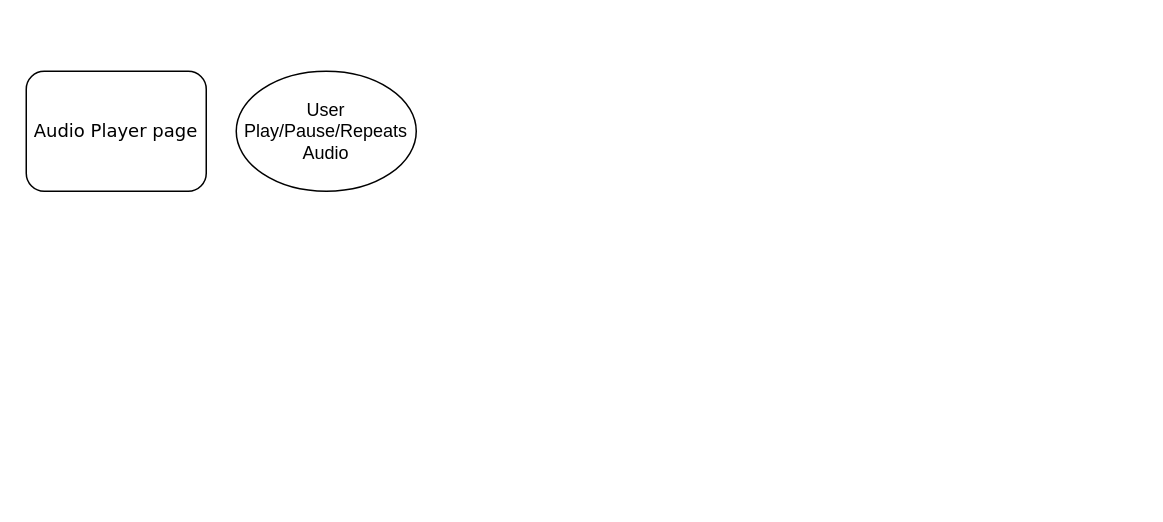
This is page "Audio Player" (6 of 9) of User flow.drawio from theshaydays/whistle, a draw.io file, before an edit. Source tidied: cells renumbered, new cells numbered last; positions are measured from the earlier drawing's top-left corner, leaving out a move shared by most shapes. Both pictures are drawn from the tidied source at 150%, with x=0, y=0 at pixel (26, 70).
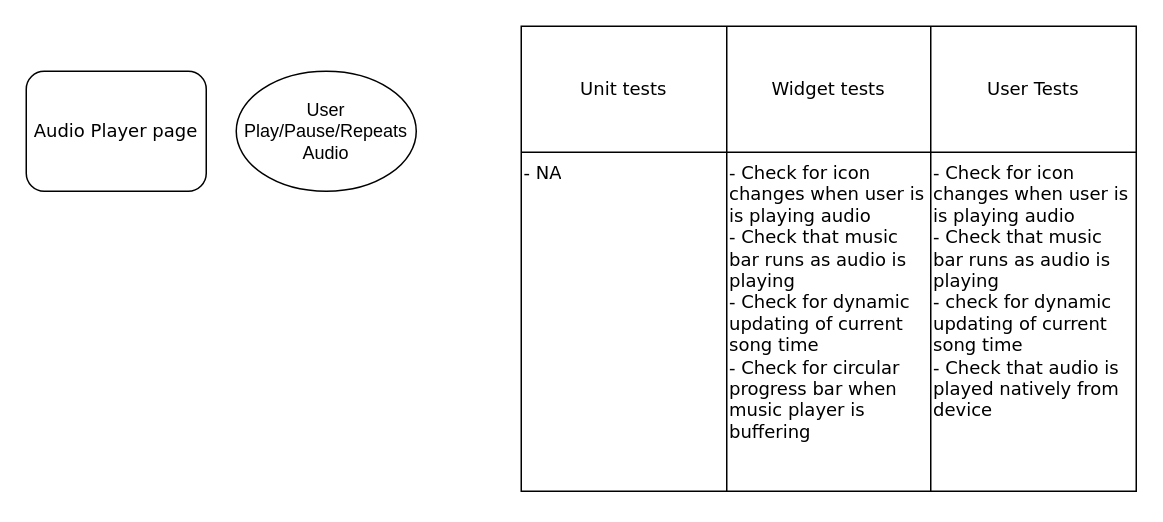
The same diagram, later.

What changed in the source:
```diff
@@
 <mxGraphModel>
   <root>
     <mxCell id="0" />
     <mxCell id="1" parent="0" />
     <mxCell id="2" value="Audio Player page" style="rounded=1;whiteSpace=wrap;html=1;shadow=0;labelBackgroundColor=none;strokeWidth=1;fontFamily=Verdana;fontSize=12;align=center;" parent="1" vertex="1">
       <mxGeometry width="120" height="80" as="geometry" />
     </mxCell>
     <mxCell id="3" value="User Play/Pause/Repeats Audio" style="ellipse;whiteSpace=wrap;html=1;" parent="1" vertex="1">
       <mxGeometry x="140" width="120" height="80" as="geometry" />
     </mxCell>
+    <mxCell id="4" style="shape=table;startSize=0;childLayout=tableLayout;fontFamily=Verdana;fontSize=12;" parent="1" vertex="1">
+      <mxGeometry x="330" y="-30" width="410" height="310" as="geometry" />
+    </mxCell>
+    <mxCell id="5" style="shape=tableRow;horizontal=0;startSize=0;swimlaneHead=0;swimlaneBody=0;top=0;left=0;bottom=0;right=0;fillColor=none;fontFamily=Verdana;fontSize=12;" parent="4" vertex="1">
+      <mxGeometry width="410" height="84" as="geometry" />
+    </mxCell>
+    <mxCell id="6" value="Unit tests" style="shape=partialRectangle;html=1;whiteSpace=wrap;overflow=hidden;fillColor=none;top=0;left=0;bottom=0;right=0;fontFamily=Verdana;fontSize=12;" parent="5" vertex="1">
+      <mxGeometry width="137" height="84" as="geometry" />
+    </mxCell>
+    <mxCell id="7" value="Widget tests" style="shape=partialRectangle;html=1;whiteSpace=wrap;overflow=hidden;fillColor=none;top=0;left=0;bottom=0;right=0;fontFamily=Verdana;fontSize=12;" parent="5" vertex="1">
+      <mxGeometry x="137" width="136" height="84" as="geometry" />
+    </mxCell>
+    <mxCell id="8" value="User Tests" style="shape=partialRectangle;html=1;whiteSpace=wrap;overflow=hidden;fillColor=none;top=0;left=0;bottom=0;right=0;fontFamily=Verdana;fontSize=12;" parent="5" vertex="1">
+      <mxGeometry x="273" width="137" height="84" as="geometry" />
+    </mxCell>
+    <mxCell id="9" style="shape=tableRow;horizontal=0;startSize=0;swimlaneHead=0;swimlaneBody=0;top=0;left=0;bottom=0;right=0;fillColor=none;fontFamily=Verdana;fontSize=12;align=left;verticalAlign=top;" parent="4" vertex="1">
+      <mxGeometry y="84" width="410" height="226" as="geometry" />
+    </mxCell>
+    <mxCell id="10" value="&lt;div&gt;- NA&lt;/div&gt;&lt;div&gt;&lt;br&gt;&lt;/div&gt;" style="shape=partialRectangle;html=1;whiteSpace=wrap;overflow=hidden;fillColor=none;top=0;left=0;bottom=0;right=0;fontFamily=Verdana;fontSize=12;align=left;verticalAlign=top;" parent="9" vertex="1">
+      <mxGeometry width="137" height="226" as="geometry" />
+    </mxCell>
+    <mxCell id="11" value="&lt;div&gt;- Check for icon changes when user is is playing audio&lt;/div&gt;&lt;div&gt;- Check that music bar runs as audio is playing&lt;/div&gt;&lt;div&gt;- Check for dynamic updating of current song time&lt;br&gt;&lt;/div&gt;&lt;div&gt;- Check for circular progress bar when music player is buffering&lt;br&gt;&lt;/div&gt;" style="shape=partialRectangle;html=1;whiteSpace=wrap;overflow=hidden;fillColor=none;top=0;left=0;bottom=0;right=0;fontFamily=Verdana;fontSize=12;align=left;verticalAlign=top;" parent="9" vertex="1">
+      <mxGeometry x="137" width="136" height="226" as="geometry" />
+    </mxCell>
+    <mxCell id="12" value="&lt;div&gt;- Check for icon changes when user is is playing audio&lt;/div&gt;&lt;div&gt;- Check that music bar runs as audio is playing&lt;/div&gt;&lt;div&gt;- check for dynamic updating of current song time&lt;/div&gt;&lt;div&gt;- Check that audio is played natively from device&lt;br&gt;&lt;/div&gt;&lt;div&gt;&lt;br&gt;&lt;br&gt;&lt;/div&gt;" style="shape=partialRectangle;html=1;whiteSpace=wrap;overflow=hidden;fillColor=none;top=0;left=0;bottom=0;right=0;fontFamily=Verdana;fontSize=12;align=left;verticalAlign=top;" parent="9" vertex="1">
+      <mxGeometry x="273" width="137" height="226" as="geometry" />
+    </mxCell>
   </root>
 </mxGraphModel>
```
